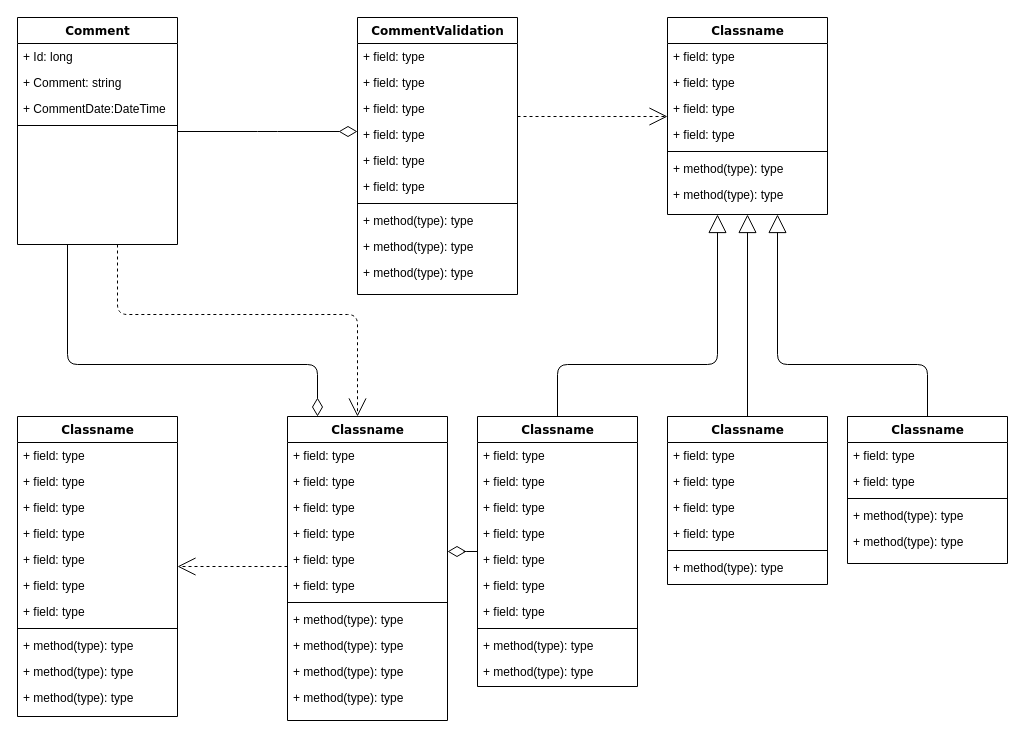
The draw.io diagram Untitled Diagram.drawio in mattwatts36/drawings, before the edit. Source tidied: cells renumbered, new cells numbered last; positions are measured from the earlier drawing's top-left corner, leaving out a move shared by most shapes. Both pictures are drawn from the tidied source at 100%, with x=0, y=0 at pixel (17, 17).
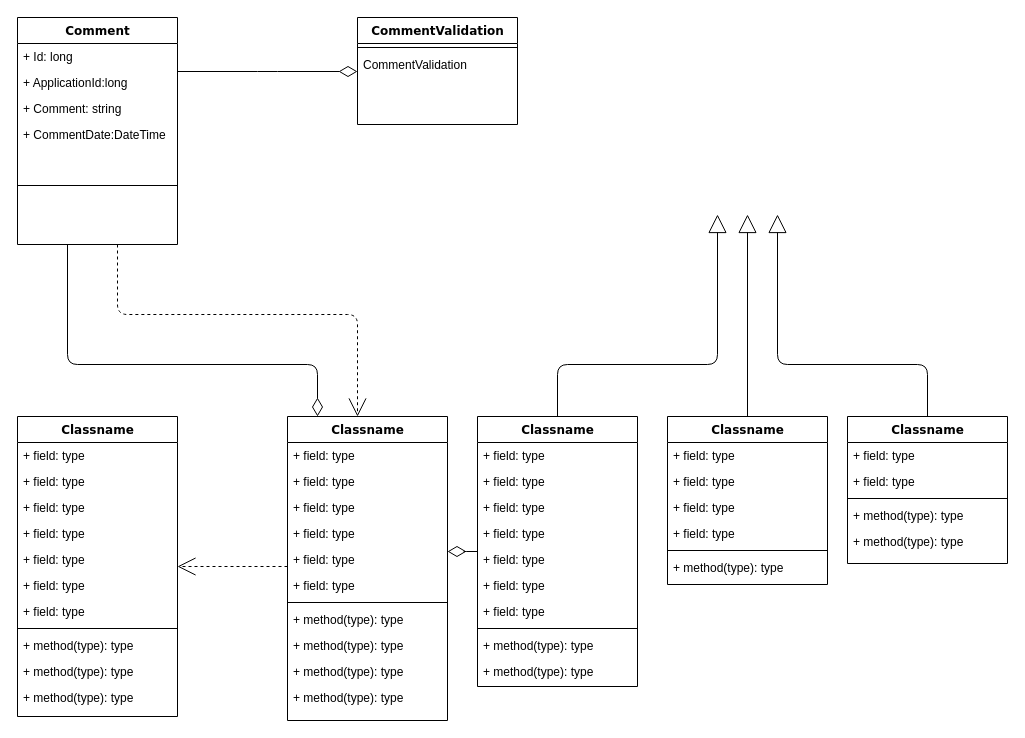
The same diagram, later.

The change refers to these unchanged cells:
```xml
<mxCell id="4" value="Comment" style="swimlane;html=1;fontStyle=1;align=center;verticalAlign=top;horizontal=1;startSize=26;swimlaneFillColor=#ffffff;rounded=0;shadow=0;comic=0;labelBackgroundColor=none;strokeWidth=1;fillColor=none;fontFamily=Verdana;fontSize=12;" parent="1" vertex="1">
  <mxGeometry width="160" height="227" as="geometry" />
</mxCell>
<mxCell id="56" value="Classname" style="swimlane;html=1;fontStyle=1;align=center;verticalAlign=top;horizontal=1;startSize=26;swimlaneFillColor=#ffffff;rounded=0;shadow=0;comic=0;labelBackgroundColor=none;strokeWidth=1;fillColor=none;fontFamily=Verdana;fontSize=12;" parent="1" vertex="1">
  <mxGeometry x="460" y="399" width="160" height="270" as="geometry" />
</mxCell>
<mxCell id="68" value="Classname" style="swimlane;html=1;fontStyle=1;align=center;verticalAlign=top;horizontal=1;startSize=26;swimlaneFillColor=#ffffff;rounded=0;shadow=0;comic=0;labelBackgroundColor=none;strokeWidth=1;fillColor=none;fontFamily=Verdana;fontSize=12;" parent="1" vertex="1">
  <mxGeometry x="650" y="399" width="160" height="168" as="geometry" />
</mxCell>
<mxCell id="76" value="Classname" style="swimlane;html=1;fontStyle=1;align=center;verticalAlign=top;horizontal=1;startSize=26;swimlaneFillColor=#ffffff;rounded=0;shadow=0;comic=0;labelBackgroundColor=none;strokeWidth=1;fillColor=none;fontFamily=Verdana;fontSize=12;" parent="1" vertex="1">
  <mxGeometry x="830" y="399" width="160" height="147" as="geometry" />
</mxCell>
```

What changed in the source:
```diff
@@
+    <mxCell id="83" value="+ ApplicationId:long&amp;nbsp;" style="text;html=1;strokeColor=none;fillColor=none;align=left;verticalAlign=top;spacingLeft=4;spacingRight=4;whiteSpace=wrap;overflow=hidden;" parent="4" vertex="1">
+      <mxGeometry y="52" width="160" height="26" as="geometry" />
+    </mxCell>
     <mxCell id="6" value="+ Comment: string" style="text;html=1;strokeColor=none;fillColor=none;align=left;verticalAlign=top;spacingLeft=4;spacingRight=4;whiteSpace=wrap;overflow=hidden;" parent="4" vertex="1">
-      <mxGeometry y="52" width="160" height="26" as="geometry" />
+      <mxGeometry y="78" width="160" height="26" as="geometry" />
     </mxCell>
     <mxCell id="7" value="+ CommentDate:DateTime&amp;nbsp;" style="text;html=1;strokeColor=none;fillColor=none;align=left;verticalAlign=top;spacingLeft=4;spacingRight=4;whiteSpace=wrap;overflow=hidden;" parent="4" vertex="1">
-      <mxGeometry y="78" width="160" height="26" as="geometry" />
+      <mxGeometry y="104" width="160" height="26" as="geometry" />
     </mxCell>
     <mxCell id="8" style="line;html=1;strokeWidth=1;fillColor=none;align=left;verticalAlign=middle;spacingTop=-1;spacingLeft=3;spacingRight=3;labelPosition=right;" parent="4" vertex="1">
-      <mxGeometry y="104" width="160" height="8" as="geometry" />
+      <mxGeometry y="130" width="160" height="76" as="geometry" />
     </mxCell>
-    <mxCell id="9" style="edgeStyle=elbowEdgeStyle;html=1;labelBackgroundColor=none;startFill=0;startSize=8;endArrow=open;endFill=0;endSize=16;fontFamily=Verdana;fontSize=12;elbow=vertical;dashed=1;" parent="1" edge="1" source="10" target="21">
-      <mxGeometry relative="1" as="geometry" />
-    </mxCell>
     <mxCell id="10" value="CommentValidation" style="swimlane;html=1;fontStyle=1;align=center;verticalAlign=top;horizontal=1;startSize=26;swimlaneFillColor=#ffffff;rounded=0;shadow=0;comic=0;labelBackgroundColor=none;strokeWidth=1;fillColor=none;fontFamily=Verdana;fontSize=12;" parent="1" vertex="1">
-      <mxGeometry x="340" width="160" height="277" as="geometry" />
+      <mxGeometry x="340" width="160" height="107" as="geometry" />
     </mxCell>
-    <mxCell id="11" value="+ field: type" style="text;html=1;strokeColor=none;fillColor=none;align=left;verticalAlign=top;spacingLeft=4;spacingRight=4;whiteSpace=wrap;overflow=hidden;" parent="10" vertex="1">
-      <mxGeometry y="26" width="160" height="26" as="geometry" />
-    </mxCell>
-    <mxCell id="12" value="+ field: type" style="text;html=1;strokeColor=none;fillColor=none;align=left;verticalAlign=top;spacingLeft=4;spacingRight=4;whiteSpace=wrap;overflow=hidden;" parent="10" vertex="1">
-      <mxGeometry y="52" width="160" height="26" as="geometry" />
-    </mxCell>
-    <mxCell id="13" value="+ field: type" style="text;html=1;strokeColor=none;fillColor=none;align=left;verticalAlign=top;spacingLeft=4;spacingRight=4;whiteSpace=wrap;overflow=hidden;" parent="10" vertex="1">
-      <mxGeometry y="78" width="160" height="26" as="geometry" />
-    </mxCell>
-    <mxCell id="14" value="+ field: type" style="text;html=1;strokeColor=none;fillColor=none;align=left;verticalAlign=top;spacingLeft=4;spacingRight=4;whiteSpace=wrap;overflow=hidden;" parent="10" vertex="1">
-      <mxGeometry y="104" width="160" height="26" as="geometry" />
-    </mxCell>
-    <mxCell id="15" value="+ field: type" style="text;html=1;strokeColor=none;fillColor=none;align=left;verticalAlign=top;spacingLeft=4;spacingRight=4;whiteSpace=wrap;overflow=hidden;" parent="10" vertex="1">
-      <mxGeometry y="130" width="160" height="26" as="geometry" />
-    </mxCell>
-    <mxCell id="16" value="+ field: type" style="text;html=1;strokeColor=none;fillColor=none;align=left;verticalAlign=top;spacingLeft=4;spacingRight=4;whiteSpace=wrap;overflow=hidden;" parent="10" vertex="1">
-      <mxGeometry y="156" width="160" height="26" as="geometry" />
-    </mxCell>
     <mxCell id="17" style="line;html=1;strokeWidth=1;fillColor=none;align=left;verticalAlign=middle;spacingTop=-1;spacingLeft=3;spacingRight=3;labelPosition=right;" parent="10" vertex="1">
-      <mxGeometry y="182" width="160" height="8" as="geometry" />
+      <mxGeometry y="26" width="160" height="8" as="geometry" />
     </mxCell>
-    <mxCell id="18" value="+ method(type): type" style="text;html=1;strokeColor=none;fillColor=none;align=left;verticalAlign=top;spacingLeft=4;spacingRight=4;whiteSpace=wrap;overflow=hidden;" parent="10" vertex="1">
-      <mxGeometry y="190" width="160" height="26" as="geometry" />
-    </mxCell>
-    <mxCell id="19" value="+ method(type): type" style="text;html=1;strokeColor=none;fillColor=none;align=left;verticalAlign=top;spacingLeft=4;spacingRight=4;whiteSpace=wrap;overflow=hidden;" parent="10" vertex="1">
-      <mxGeometry y="216" width="160" height="26" as="geometry" />
+    <mxCell id="19" value="CommentValidation" style="text;html=1;strokeColor=none;fillColor=none;align=left;verticalAlign=top;spacingLeft=4;spacingRight=4;whiteSpace=wrap;overflow=hidden;" parent="10" vertex="1">
+      <mxGeometry y="34" width="160" height="26" as="geometry" />
     </mxCell>
-    <mxCell id="20" value="+ method(type): type" style="text;html=1;strokeColor=none;fillColor=none;align=left;verticalAlign=top;spacingLeft=4;spacingRight=4;whiteSpace=wrap;overflow=hidden;" parent="10" vertex="1">
-      <mxGeometry y="242" width="160" height="26" as="geometry" />
-    </mxCell>
-    <mxCell id="21" value="Classname" style="swimlane;html=1;fontStyle=1;align=center;verticalAlign=top;horizontal=1;startSize=26;swimlaneFillColor=#ffffff;rounded=0;shadow=0;comic=0;labelBackgroundColor=none;strokeWidth=1;fillColor=none;fontFamily=Verdana;fontSize=12;" parent="1" vertex="1">
-      <mxGeometry x="650" width="160" height="197" as="geometry" />
-    </mxCell>
-    <mxCell id="22" value="+ field: type" style="text;html=1;strokeColor=none;fillColor=none;align=left;verticalAlign=top;spacingLeft=4;spacingRight=4;whiteSpace=wrap;overflow=hidden;" parent="21" vertex="1">
-      <mxGeometry y="26" width="160" height="26" as="geometry" />
-    </mxCell>
-    <mxCell id="23" value="+ field: type" style="text;html=1;strokeColor=none;fillColor=none;align=left;verticalAlign=top;spacingLeft=4;spacingRight=4;whiteSpace=wrap;overflow=hidden;" parent="21" vertex="1">
-      <mxGeometry y="52" width="160" height="26" as="geometry" />
-    </mxCell>
-    <mxCell id="24" value="+ field: type" style="text;html=1;strokeColor=none;fillColor=none;align=left;verticalAlign=top;spacingLeft=4;spacingRight=4;whiteSpace=wrap;overflow=hidden;" parent="21" vertex="1">
-      <mxGeometry y="78" width="160" height="26" as="geometry" />
-    </mxCell>
-    <mxCell id="25" value="+ field: type" style="text;html=1;strokeColor=none;fillColor=none;align=left;verticalAlign=top;spacingLeft=4;spacingRight=4;whiteSpace=wrap;overflow=hidden;" parent="21" vertex="1">
-      <mxGeometry y="104" width="160" height="26" as="geometry" />
-    </mxCell>
-    <mxCell id="26" style="line;html=1;strokeWidth=1;fillColor=none;align=left;verticalAlign=middle;spacingTop=-1;spacingLeft=3;spacingRight=3;labelPosition=right;" parent="21" vertex="1">
-      <mxGeometry y="130" width="160" height="8" as="geometry" />
-    </mxCell>
-    <mxCell id="27" value="+ method(type): type" style="text;html=1;strokeColor=none;fillColor=none;align=left;verticalAlign=top;spacingLeft=4;spacingRight=4;whiteSpace=wrap;overflow=hidden;" parent="21" vertex="1">
-      <mxGeometry y="138" width="160" height="26" as="geometry" />
-    </mxCell>
-    <mxCell id="28" value="+ method(type): type" style="text;html=1;strokeColor=none;fillColor=none;align=left;verticalAlign=top;spacingLeft=4;spacingRight=4;whiteSpace=wrap;overflow=hidden;" parent="21" vertex="1">
-      <mxGeometry y="164" width="160" height="26" as="geometry" />
-    </mxCell>
@@
-    <mxCell id="55" style="edgeStyle=orthogonalEdgeStyle;html=1;labelBackgroundColor=none;startFill=0;startSize=8;endArrow=block;endFill=0;endSize=16;fontFamily=Verdana;fontSize=12;" parent="1" edge="1" source="56" target="21">
+    <mxCell id="55" style="edgeStyle=orthogonalEdgeStyle;html=1;labelBackgroundColor=none;startFill=0;startSize=8;endArrow=block;endFill=0;endSize=16;fontFamily=Verdana;fontSize=12;" parent="1" edge="1" source="56">
       <mxGeometry relative="1" as="geometry">
+        <mxPoint x="700" y="197" as="targetPoint" />
         <Array as="points">
           <mxPoint x="540" y="347" />
           <mxPoint x="700" y="347" />
         </Array>
       </mxGeometry>
     </mxCell>
@@
-    <mxCell id="67" style="edgeStyle=orthogonalEdgeStyle;html=1;labelBackgroundColor=none;startFill=0;startSize=8;endArrow=block;endFill=0;endSize=16;fontFamily=Verdana;fontSize=12;" parent="1" edge="1" source="68" target="21">
-      <mxGeometry relative="1" as="geometry" />
+    <mxCell id="67" style="edgeStyle=orthogonalEdgeStyle;html=1;labelBackgroundColor=none;startFill=0;startSize=8;endArrow=block;endFill=0;endSize=16;fontFamily=Verdana;fontSize=12;" parent="1" edge="1" source="68">
+      <mxGeometry relative="1" as="geometry">
+        <mxPoint x="730" y="197" as="targetPoint" />
+      </mxGeometry>
     </mxCell>
@@
-    <mxCell id="75" style="edgeStyle=orthogonalEdgeStyle;html=1;labelBackgroundColor=none;startFill=0;startSize=8;endArrow=block;endFill=0;endSize=16;fontFamily=Verdana;fontSize=12;" parent="1" edge="1" source="76" target="21">
+    <mxCell id="75" style="edgeStyle=orthogonalEdgeStyle;html=1;labelBackgroundColor=none;startFill=0;startSize=8;endArrow=block;endFill=0;endSize=16;fontFamily=Verdana;fontSize=12;" parent="1" edge="1" source="76">
       <mxGeometry relative="1" as="geometry">
+        <mxPoint x="760" y="197" as="targetPoint" />
         <Array as="points">
           <mxPoint x="910" y="347" />
           <mxPoint x="760" y="347" />
         </Array>
       </mxGeometry>
     </mxCell>
```
